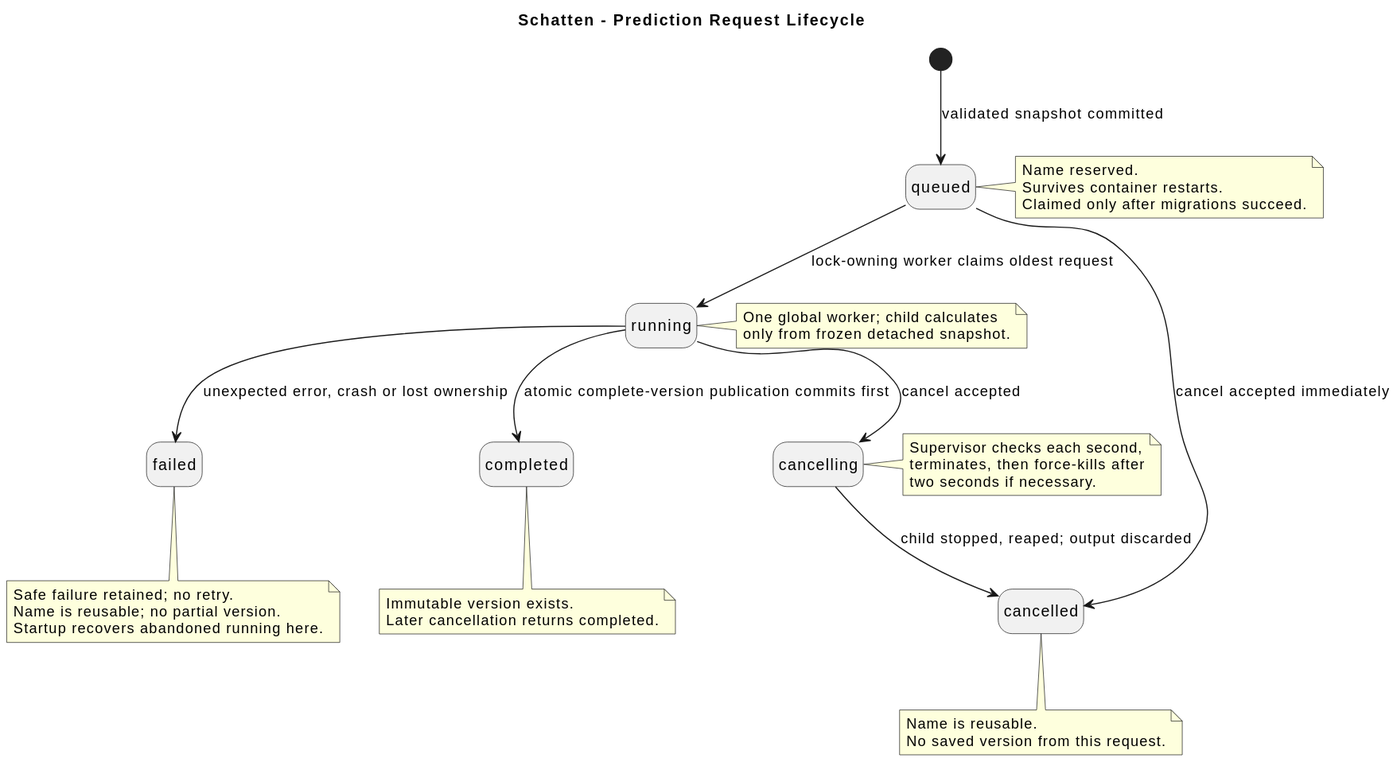
Earlier version of the PlantUML export docs/diagrams/generated/state-forecasting-prediction-request.svg (lupaus-eu/shadow).
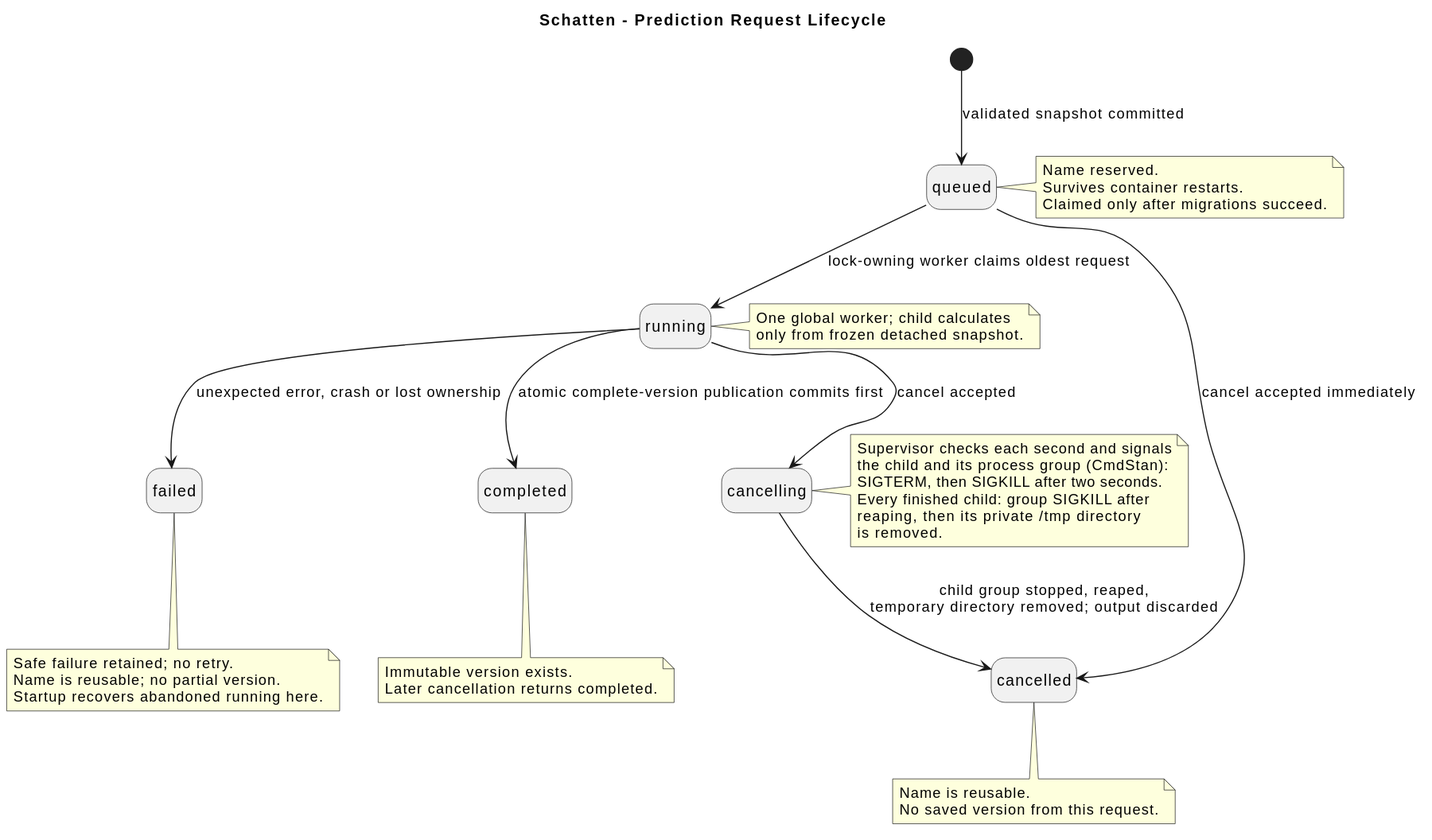
Later version of the same file.

The edit, as a diff of the source:
```diff
@@ -7,7 +7,7 @@
 queued --> running : lock-owning worker claims oldest request
 queued --> cancelled : cancel accepted immediately
 running --> cancelling : cancel accepted
-cancelling --> cancelled : child stopped, reaped; output discarded
+cancelling --> cancelled : child group stopped, reaped,\ntemporary directory removed; output discarded
 running --> failed : unexpected error, crash or lost ownership
 running --> completed : atomic complete-version publication commits first
 
@@ -23,9 +23,12 @@
 end note
 
 note right of cancelling
-  Supervisor checks each second,
-  terminates, then force-kills after
-  two seconds if necessary.
+  Supervisor checks each second and signals
+  the child and its process group (CmdStan):
+  SIGTERM, then SIGKILL after two seconds.
+  Every finished child: group SIGKILL after
+  reaping, then its private /tmp directory
+  is removed.
 end note
 
 note bottom of completed
```
